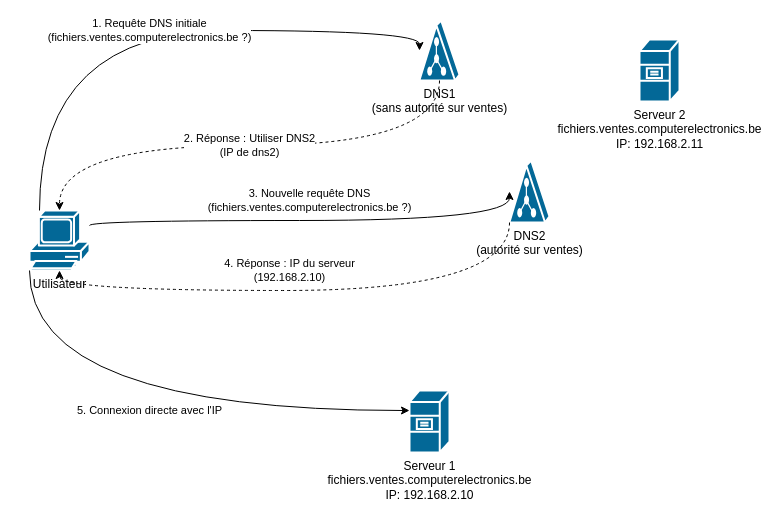
This is diagrams/dns_resolution_fileserver.drawio from choquitofrito/ActiveDirectory, a draw.io file, before an edit. Source tidied: cells renumbered, new cells numbered last; positions are measured from the earlier drawing's top-left corner, leaving out a move shared by most shapes. Both pictures are drawn from the tidied source at 100%, with x=0, y=0 at pixel (29, 20).
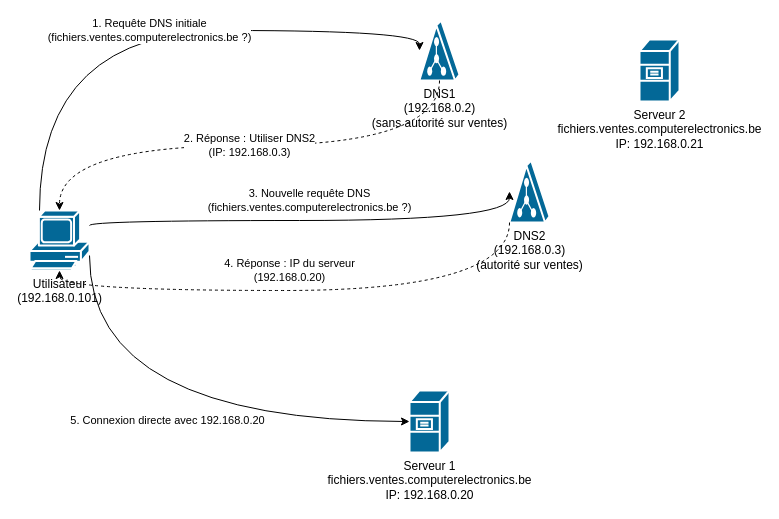
Above is the later version.

Change to the diagram source:
```diff
@@
 <mxGraphModel>
   <root>
     <mxCell id="0" />
     <mxCell id="1" parent="0" />
-    <mxCell id="2" value="Utilisateur" style="shape=mxgraph.cisco.computers_and_peripherals.pc;html=1;dashed=0;fillColor=#036897;strokeColor=#ffffff;strokeWidth=2;verticalLabelPosition=bottom;verticalAlign=top;align=center;outlineConnect=0;" parent="1" vertex="1">
+    <mxCell id="2" value="Utilisateur&#10;(192.168.0.101)" style="shape=mxgraph.cisco.computers_and_peripherals.pc;html=1;dashed=0;fillColor=#036897;strokeColor=#ffffff;strokeWidth=2;verticalLabelPosition=bottom;verticalAlign=top;align=center;outlineConnect=0;" parent="1" vertex="1">
       <mxGeometry y="190" width="60" height="60" as="geometry" />
     </mxCell>
-    <mxCell id="3" value="DNS1&#10;(sans autorité sur ventes)" style="shape=mxgraph.cisco.servers.directory_server;html=1;dashed=0;fillColor=#036897;strokeColor=#ffffff;strokeWidth=2;verticalLabelPosition=bottom;verticalAlign=top;align=center;outlineConnect=0;" parent="1" vertex="1">
+    <mxCell id="3" value="DNS1&#10;(192.168.0.2)&#10;(sans autorité sur ventes)" style="shape=mxgraph.cisco.servers.directory_server;html=1;dashed=0;fillColor=#036897;strokeColor=#ffffff;strokeWidth=2;verticalLabelPosition=bottom;verticalAlign=top;align=center;outlineConnect=0;" parent="1" vertex="1">
       <mxGeometry x="390" width="40" height="60" as="geometry" />
     </mxCell>
-    <mxCell id="4" value="DNS2&#10;(autorité sur ventes)" style="shape=mxgraph.cisco.servers.directory_server;html=1;dashed=0;fillColor=#036897;strokeColor=#ffffff;strokeWidth=2;verticalLabelPosition=bottom;verticalAlign=top;align=center;outlineConnect=0;" parent="1" vertex="1">
+    <mxCell id="4" value="DNS2&#10;(192.168.0.3)&#10;(autorité sur ventes)" style="shape=mxgraph.cisco.servers.directory_server;html=1;dashed=0;fillColor=#036897;strokeColor=#ffffff;strokeWidth=2;verticalLabelPosition=bottom;verticalAlign=top;align=center;outlineConnect=0;" parent="1" vertex="1">
       <mxGeometry x="480" y="140" width="40" height="62" as="geometry" />
     </mxCell>
-    <mxCell id="5" value="Serveur 1&#10;fichiers.ventes.computerelectronics.be&#10;IP: 192.168.2.10" style="shape=mxgraph.cisco.servers.file_server;html=1;dashed=0;fillColor=#036897;strokeColor=#ffffff;strokeWidth=2;verticalLabelPosition=bottom;verticalAlign=top;align=center;outlineConnect=0;" parent="1" vertex="1">
+    <mxCell id="5" value="Serveur 1&#10;fichiers.ventes.computerelectronics.be&#10;IP: 192.168.0.20" style="shape=mxgraph.cisco.servers.file_server;html=1;dashed=0;fillColor=#036897;strokeColor=#ffffff;strokeWidth=2;verticalLabelPosition=bottom;verticalAlign=top;align=center;outlineConnect=0;" parent="1" vertex="1">
       <mxGeometry x="380" y="370" width="40" height="62" as="geometry" />
     </mxCell>
-    <mxCell id="6" value="Serveur 2&#10;fichiers.ventes.computerelectronics.be&#10;IP: 192.168.2.11" style="shape=mxgraph.cisco.servers.file_server;html=1;dashed=0;fillColor=#036897;strokeColor=#ffffff;strokeWidth=2;verticalLabelPosition=bottom;verticalAlign=top;align=center;" parent="1" vertex="1">
+    <mxCell id="6" value="Serveur 2&#10;fichiers.ventes.computerelectronics.be&#10;IP: 192.168.0.21" style="shape=mxgraph.cisco.servers.file_server;html=1;dashed=0;fillColor=#036897;strokeColor=#ffffff;strokeWidth=2;verticalLabelPosition=bottom;verticalAlign=top;align=center;" parent="1" vertex="1">
       <mxGeometry x="610" y="19" width="40" height="62" as="geometry" />
     </mxCell>
     <mxCell id="7" value="1. Requête DNS initiale&#10;(fichiers.ventes.computerelectronics.be ?)" style="edgeStyle=orthogonalEdgeStyle;rounded=0;jettySize=auto;html=1;entryX=0;entryY=0.5;curved=1;" parent="1" edge="1" source="2" target="3">
       <mxGeometry relative="1" as="geometry">
         <Array as="points">
           <mxPoint x="10" y="10" />
         </Array>
       </mxGeometry>
     </mxCell>
-    <mxCell id="8" value="2. Réponse : Utiliser DNS2&#10;(IP de dns2)" style="edgeStyle=orthogonalEdgeStyle;rounded=0;jettySize=auto;html=1;exitX=0.5;exitY=1;dashed=1;curved=1;" parent="1" edge="1" source="3" target="2">
+    <mxCell id="8" value="2. Réponse : Utiliser DNS2&#10;(IP: 192.168.0.3)" style="edgeStyle=orthogonalEdgeStyle;rounded=0;jettySize=auto;html=1;exitX=0.5;exitY=1;dashed=1;curved=1;" parent="1" edge="1" source="3" target="2">
       <mxGeometry relative="1" as="geometry" />
     </mxCell>
     <mxCell id="9" value="3. Nouvelle requête DNS&#10;(fichiers.ventes.computerelectronics.be ?)" style="edgeStyle=orthogonalEdgeStyle;rounded=0;jettySize=auto;html=1;exitX=1;exitY=0.25;curved=1;entryX=0;entryY=0.5;" parent="1" edge="1" source="2" target="4">
       <mxGeometry x="-0.01" y="20" relative="1" as="geometry">
         <Array as="points">
           <mxPoint x="60" y="200" />
           <mxPoint x="480" y="200" />
         </Array>
       </mxGeometry>
     </mxCell>
-    <mxCell id="10" value="4. Réponse : IP du serveur&#10;(192.168.2.10)" style="edgeStyle=orthogonalEdgeStyle;rounded=0;jettySize=auto;html=1;exitX=0;exitY=1;dashed=1;curved=1;" parent="1" edge="1" source="4" target="2">
+    <mxCell id="10" value="4. Réponse : IP du serveur&#10;(192.168.0.20)" style="edgeStyle=orthogonalEdgeStyle;rounded=0;jettySize=auto;html=1;exitX=0;exitY=1;dashed=1;curved=1;" parent="1" edge="1" source="4" target="2">
       <mxGeometry x="0.07" y="-20" relative="1" as="geometry">
         <Array as="points">
           <mxPoint x="480" y="270" />
           <mxPoint x="30" y="270" />
         </Array>
       </mxGeometry>
     </mxCell>
-    <mxCell id="11" value="5. Connexion directe avec l'IP" style="edgeStyle=orthogonalEdgeStyle;rounded=0;jettySize=auto;html=1;curved=1;" parent="1" edge="1" source="2" target="5">
+    <mxCell id="11" value="5. Connexion directe avec 192.168.0.20" style="edgeStyle=orthogonalEdgeStyle;rounded=0;jettySize=auto;html=1;exitX=1;exitY=0.75;curved=1;entryX=0;entryY=0.5;" parent="1" edge="1" source="2" target="5">
       <mxGeometry relative="1" as="geometry">
         <Array as="points">
-          <mxPoint y="390" />
+          <mxPoint x="60" y="400" />
         </Array>
       </mxGeometry>
     </mxCell>
   </root>
 </mxGraphModel>
```
